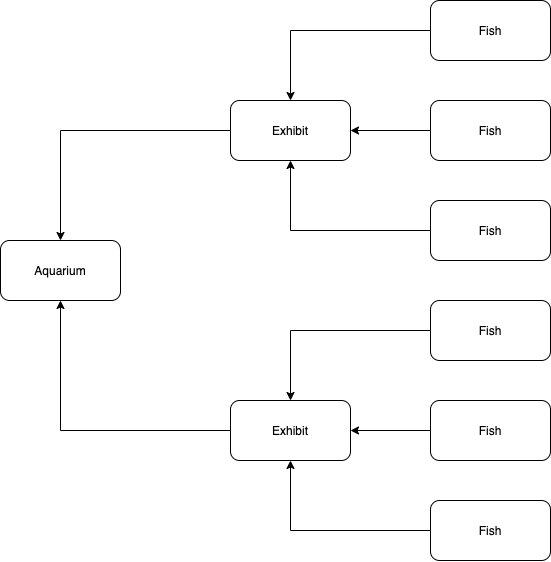
Before: has_many_through_diagram.drawio.png, a diagram exported from draw.io (weasel-fish/twitter_many_to_many). Source tidied: cells renumbered, new cells last; positions are measured from the earlier drawing's top-left corner, leaving out a move shared by most shapes. The source it was exported from:
```xml
<mxGraphModel>
  <root>
    <mxCell id="0" />
    <mxCell id="1" parent="0" />
    <mxCell id="2" style="edgeStyle=orthogonalEdgeStyle;rounded=0;jettySize=auto;html=1;" parent="1" edge="1" source="3" target="9">
      <mxGeometry relative="1" as="geometry" />
    </mxCell>
    <mxCell id="3" value="Fish&lt;br&gt;" style="rounded=1;whiteSpace=wrap;html=1;" parent="1" vertex="1">
      <mxGeometry x="430" width="120" height="60" as="geometry" />
    </mxCell>
    <mxCell id="4" style="edgeStyle=orthogonalEdgeStyle;rounded=0;jettySize=auto;html=1;entryX=0.5;entryY=1;entryDx=0;entryDy=0;" parent="1" edge="1" source="5" target="9">
      <mxGeometry relative="1" as="geometry" />
    </mxCell>
    <mxCell id="5" value="Fish&lt;br&gt;" style="rounded=1;whiteSpace=wrap;html=1;" parent="1" vertex="1">
      <mxGeometry x="430" y="200" width="120" height="60" as="geometry" />
    </mxCell>
    <mxCell id="6" style="edgeStyle=orthogonalEdgeStyle;rounded=0;jettySize=auto;html=1;" parent="1" edge="1" source="7" target="9">
      <mxGeometry relative="1" as="geometry" />
    </mxCell>
    <mxCell id="7" value="Fish&lt;br&gt;" style="rounded=1;whiteSpace=wrap;html=1;" parent="1" vertex="1">
      <mxGeometry x="430" y="100" width="120" height="60" as="geometry" />
    </mxCell>
    <mxCell id="8" style="edgeStyle=orthogonalEdgeStyle;rounded=0;jettySize=auto;html=1;" parent="1" edge="1" source="9" target="18">
      <mxGeometry relative="1" as="geometry" />
    </mxCell>
    <mxCell id="9" value="Exhibit" style="rounded=1;whiteSpace=wrap;html=1;" parent="1" vertex="1">
      <mxGeometry x="230" y="100" width="120" height="60" as="geometry" />
    </mxCell>
    <mxCell id="10" style="edgeStyle=orthogonalEdgeStyle;rounded=0;jettySize=auto;html=1;" parent="1" edge="1" source="11" target="17">
      <mxGeometry relative="1" as="geometry" />
    </mxCell>
    <mxCell id="11" value="Fish&lt;br&gt;" style="rounded=1;whiteSpace=wrap;html=1;" parent="1" vertex="1">
      <mxGeometry x="430" y="300" width="120" height="60" as="geometry" />
    </mxCell>
    <mxCell id="12" style="edgeStyle=orthogonalEdgeStyle;rounded=0;jettySize=auto;html=1;entryX=0.5;entryY=1;entryDx=0;entryDy=0;" parent="1" edge="1" source="13" target="17">
      <mxGeometry relative="1" as="geometry" />
    </mxCell>
    <mxCell id="13" value="Fish&lt;br&gt;" style="rounded=1;whiteSpace=wrap;html=1;" parent="1" vertex="1">
      <mxGeometry x="430" y="500" width="120" height="60" as="geometry" />
    </mxCell>
    <mxCell id="14" style="edgeStyle=orthogonalEdgeStyle;rounded=0;jettySize=auto;html=1;" parent="1" edge="1" source="15" target="17">
      <mxGeometry relative="1" as="geometry" />
    </mxCell>
    <mxCell id="15" value="Fish&lt;br&gt;" style="rounded=1;whiteSpace=wrap;html=1;" parent="1" vertex="1">
      <mxGeometry x="430" y="400" width="120" height="60" as="geometry" />
    </mxCell>
    <mxCell id="16" style="edgeStyle=orthogonalEdgeStyle;rounded=0;jettySize=auto;html=1;entryX=0.5;entryY=1;entryDx=0;entryDy=0;" parent="1" edge="1" source="17" target="18">
      <mxGeometry relative="1" as="geometry" />
    </mxCell>
    <mxCell id="17" value="Exhibit" style="rounded=1;whiteSpace=wrap;html=1;" parent="1" vertex="1">
      <mxGeometry x="230" y="400" width="120" height="60" as="geometry" />
    </mxCell>
    <mxCell id="18" value="Aquarium" style="rounded=1;whiteSpace=wrap;html=1;" parent="1" vertex="1">
      <mxGeometry y="240" width="120" height="60" as="geometry" />
    </mxCell>
  </root>
</mxGraphModel>
```
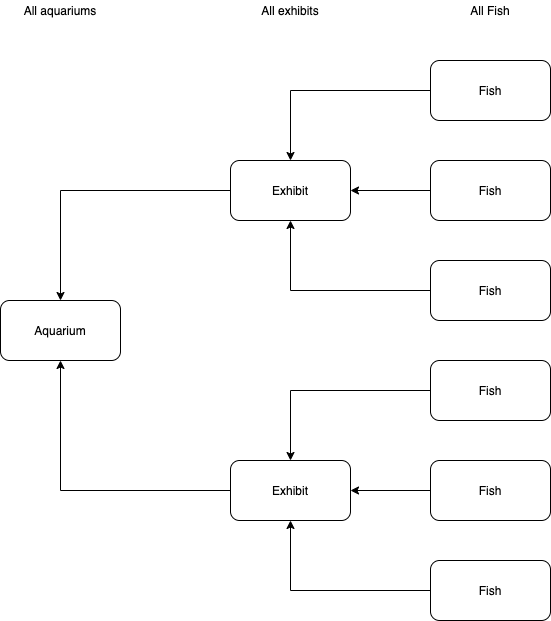
The same diagram one commit later.

What changed in the source:
```diff
@@ -53,5 +53,14 @@
     <mxCell id="18" value="Aquarium" style="rounded=1;whiteSpace=wrap;html=1;" parent="1" vertex="1">
       <mxGeometry y="240" width="120" height="60" as="geometry" />
     </mxCell>
+    <mxCell id="19" value="All Fish&lt;br&gt;" style="text;html=1;strokeColor=none;fillColor=none;align=center;verticalAlign=middle;whiteSpace=wrap;rounded=0;" parent="1" vertex="1">
+      <mxGeometry x="450" y="-60" width="80" height="20" as="geometry" />
+    </mxCell>
+    <mxCell id="20" value="All exhibits" style="text;html=1;strokeColor=none;fillColor=none;align=center;verticalAlign=middle;whiteSpace=wrap;rounded=0;" parent="1" vertex="1">
+      <mxGeometry x="250" y="-60" width="80" height="20" as="geometry" />
+    </mxCell>
+    <mxCell id="21" value="All aquariums" style="text;html=1;strokeColor=none;fillColor=none;align=center;verticalAlign=middle;whiteSpace=wrap;rounded=0;" parent="1" vertex="1">
+      <mxGeometry x="20" y="-60" width="80" height="20" as="geometry" />
+    </mxCell>
   </root>
 </mxGraphModel>
```
